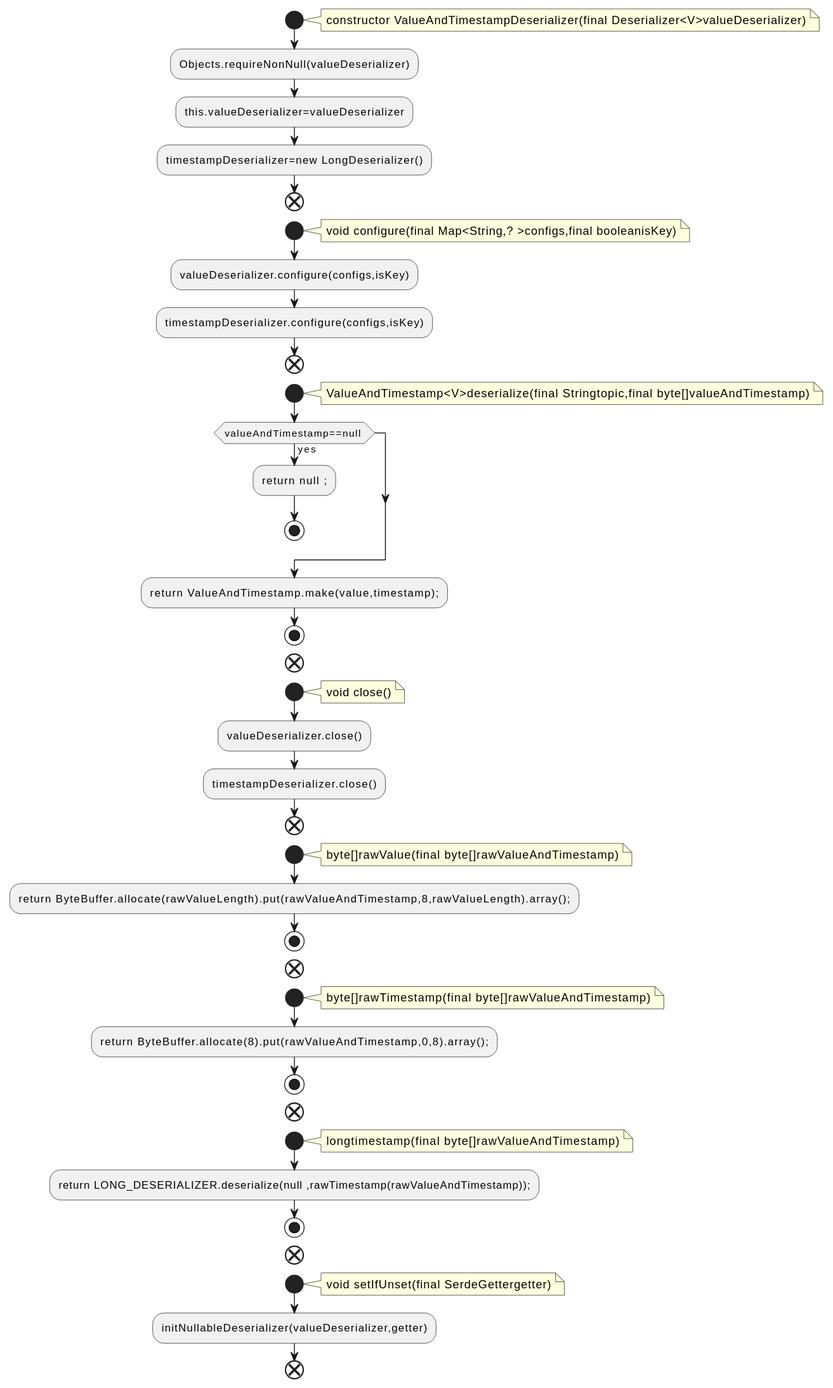
Before: docs/qc/streams/src/main/java/org/apache/kafka/streams/state/internals/ValueAndTimestampDeserializer.java.fct.svg, a diagram exported from PlantUML (qualitesys/kafka). The source it was exported from:
```plantuml
@startuml
!pragma layout smetana
start
note right
constructor ValueAndTimestampDeserializer(final Deserializer<V>valueDeserializer)
end note
:Objects.requireNonNull(valueDeserializer);
:this.valueDeserializer=valueDeserializer;
:timestampDeserializer=new LongDeserializer();
end
start
note right
void configure(final Map<String,? >configs,final booleanisKey)
end note
:valueDeserializer.configure(configs,isKey);
:timestampDeserializer.configure(configs,isKey);
end
start
note right
ValueAndTimestamp<V>deserialize(final Stringtopic,final byte[]valueAndTimestamp)
end note
if (valueAndTimestamp==null ) then (yes)
:return null ;;
stop
endif
:return ValueAndTimestamp.make(value,timestamp);;
stop
end
start
note right
void close()
end note
:valueDeserializer.close();
:timestampDeserializer.close();
end
start
note right
byte[]rawValue(final byte[]rawValueAndTimestamp)
end note
:return ByteBuffer.allocate(rawValueLength).put(rawValueAndTimestamp,8,rawValueLength).array();;
stop
end
start
note right
byte[]rawTimestamp(final byte[]rawValueAndTimestamp)
end note
:return ByteBuffer.allocate(8).put(rawValueAndTimestamp,0,8).array();;
stop
end
start
note right
longtimestamp(final byte[]rawValueAndTimestamp)
end note
:return LONG_DESERIALIZER.deserialize(null ,rawTimestamp(rawValueAndTimestamp));;
stop
end
start
note right
void setIfUnset(final SerdeGettergetter)
end note
:initNullableDeserializer(valueDeserializer,getter);
end
@enduml
```
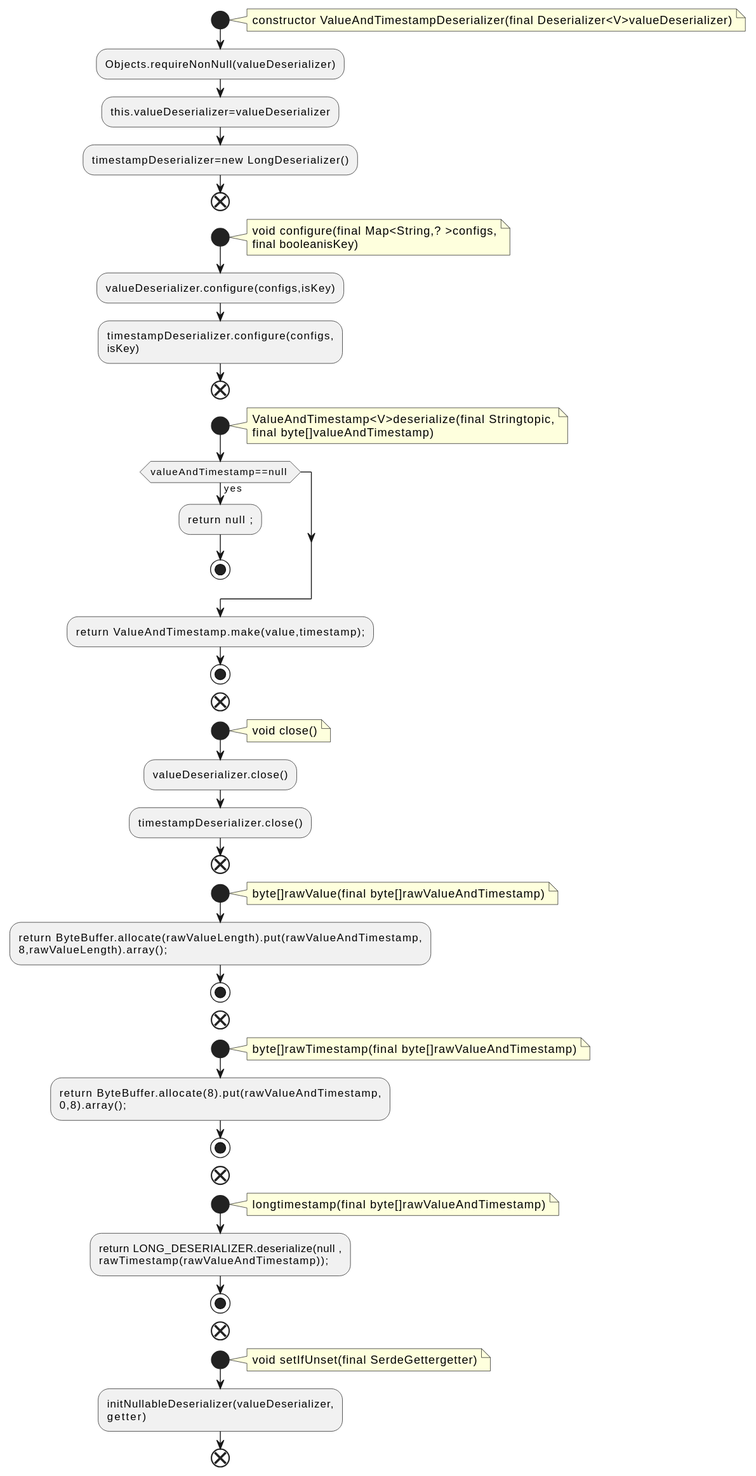
The same diagram one commit later.

Diff of the diagram source:
```diff
@@ -10,14 +10,17 @@
 end
 start
 note right
-void configure(final Map<String,? >configs,final booleanisKey)
+void configure(final Map<String,? >configs,
+final booleanisKey)
 end note
 :valueDeserializer.configure(configs,isKey);
-:timestampDeserializer.configure(configs,isKey);
+:timestampDeserializer.configure(configs,
+isKey);
 end
 start
 note right
-ValueAndTimestamp<V>deserialize(final Stringtopic,final byte[]valueAndTimestamp)
+ValueAndTimestamp<V>deserialize(final Stringtopic,
+final byte[]valueAndTimestamp)
 end note
 if (valueAndTimestamp==null ) then (yes)
 :return null ;;
@@ -37,27 +40,31 @@
 note right
 byte[]rawValue(final byte[]rawValueAndTimestamp)
 end note
-:return ByteBuffer.allocate(rawValueLength).put(rawValueAndTimestamp,8,rawValueLength).array();;
+:return ByteBuffer.allocate(rawValueLength).put(rawValueAndTimestamp,
+8,rawValueLength).array();;
 stop
 end
 start
 note right
 byte[]rawTimestamp(final byte[]rawValueAndTimestamp)
 end note
-:return ByteBuffer.allocate(8).put(rawValueAndTimestamp,0,8).array();;
+:return ByteBuffer.allocate(8).put(rawValueAndTimestamp,
+0,8).array();;
 stop
 end
 start
 note right
 longtimestamp(final byte[]rawValueAndTimestamp)
 end note
-:return LONG_DESERIALIZER.deserialize(null ,rawTimestamp(rawValueAndTimestamp));;
+:return LONG_DESERIALIZER.deserialize(null ,
+rawTimestamp(rawValueAndTimestamp));;
 stop
 end
 start
 note right
 void setIfUnset(final SerdeGettergetter)
 end note
-:initNullableDeserializer(valueDeserializer,getter);
+:initNullableDeserializer(valueDeserializer,
+getter);
 end
 @enduml
```
